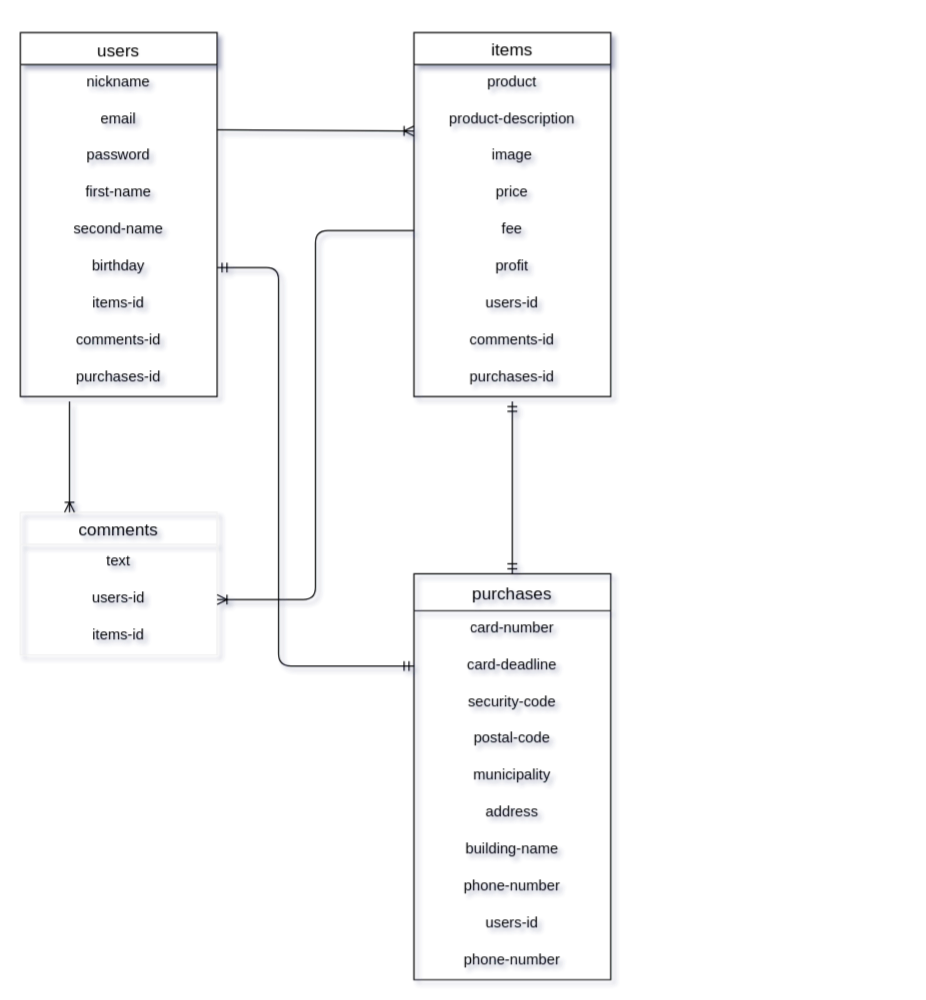
The draw.io diagram config/ER .dio in koma-sig/furima-35434, before the edit. Source tidied: cells renumbered, new cells numbered last; positions are measured from the earlier drawing's top-left corner, leaving out a move shared by most shapes. Both pictures are drawn from the tidied source at 123%, with x=0, y=0 at pixel (20, 32).
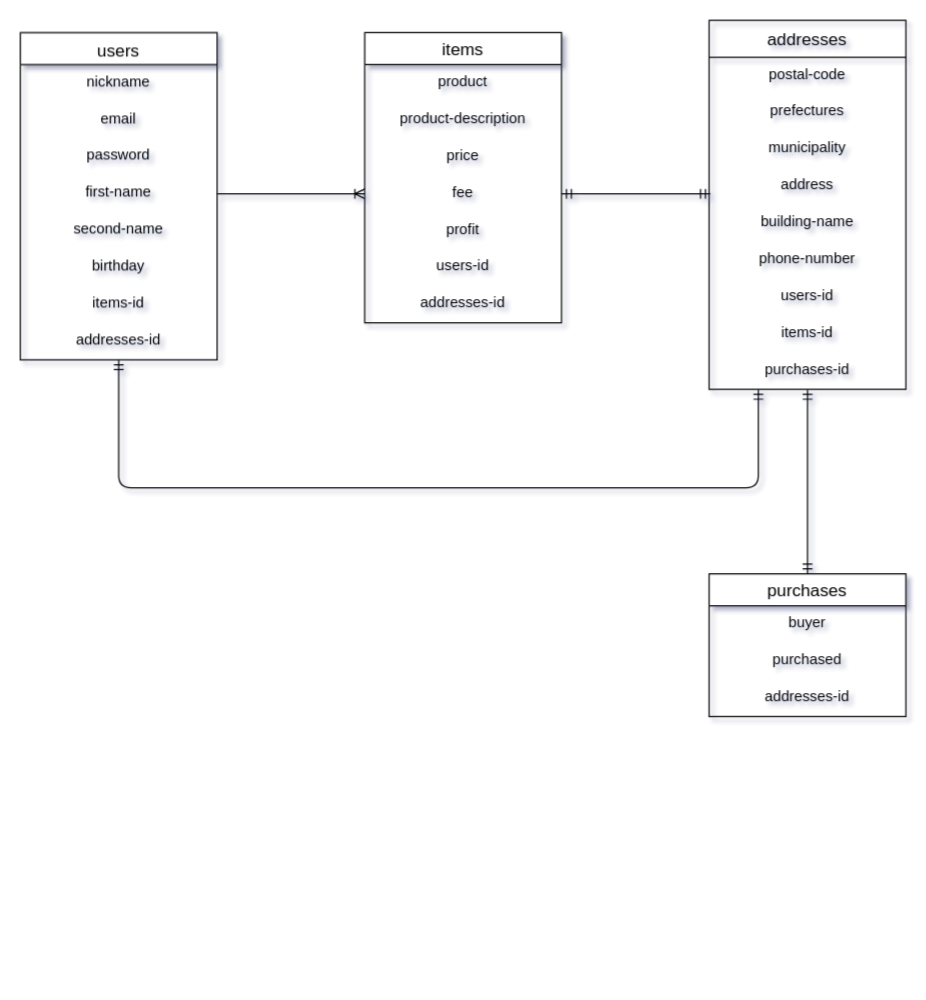
Above is the later version.

The change refers to these unchanged cells:
```xml
<mxCell id="4" value="email" style="text;fillColor=none;spacingLeft=4;spacingRight=4;overflow=hidden;points=[[0,0.5],[1,0.5]];portConstraint=eastwest;fontSize=12;align=center;" parent="2" vertex="1">
  <mxGeometry y="56" width="160" height="30" as="geometry" />
</mxCell>
<mxCell id="6" value="first-name" style="text;strokeColor=none;fillColor=none;spacingLeft=4;spacingRight=4;overflow=hidden;points=[[0,0.5],[1,0.5]];portConstraint=eastwest;fontSize=12;align=center;" parent="2" vertex="1">
  <mxGeometry y="116" width="160" height="30" as="geometry" />
</mxCell>
<mxCell id="8" value="birthday" style="text;strokeColor=none;fillColor=none;spacingLeft=4;spacingRight=4;overflow=hidden;points=[[0,0.5],[1,0.5]];portConstraint=eastwest;fontSize=12;align=center;" parent="2" vertex="1">
  <mxGeometry y="176" width="160" height="30" as="geometry" />
</mxCell>
<mxCell id="14" value="product-description" style="text;fillColor=none;spacingLeft=4;spacingRight=4;overflow=hidden;points=[[0,0.5],[1,0.5]];portConstraint=eastwest;fontSize=12;align=center;" parent="12" vertex="1">
  <mxGeometry y="56" width="160" height="30" as="geometry" />
</mxCell>
```

Change to the diagram source:
```diff
@@
     <mxCell id="2" value="users&#10;" style="swimlane;fontStyle=0;horizontal=1;startSize=26;align=center;fontSize=14;verticalAlign=top;" parent="1" vertex="1">
-      <mxGeometry width="160" height="296" as="geometry" />
+      <mxGeometry width="160" height="266" as="geometry" />
     </mxCell>
@@
-    <mxCell id="10" value="comments-id" style="text;strokeColor=none;fillColor=none;spacingLeft=4;spacingRight=4;overflow=hidden;fontSize=12;align=center;" parent="2" vertex="1">
-      <mxGeometry y="236" width="160" height="30" as="geometry" />
-    </mxCell>
-    <mxCell id="11" value="purchases-id" style="text;strokeColor=none;fillColor=none;spacingLeft=4;spacingRight=4;overflow=hidden;points=[[0,0.5],[1,0.5]];portConstraint=eastwest;fontSize=12;align=center;" parent="2" vertex="1">
-      <mxGeometry y="266" width="160" height="30" as="geometry" />
+    <mxCell id="11" value="addresses-id" style="text;strokeColor=none;fillColor=none;spacingLeft=4;spacingRight=4;overflow=hidden;points=[[0,0.5],[1,0.5]];portConstraint=eastwest;fontSize=12;align=center;" parent="2" vertex="1">
+      <mxGeometry y="236" width="160" height="30" as="geometry" />
     </mxCell>
     <mxCell id="12" value="items" style="swimlane;fontStyle=0;horizontal=1;startSize=26;align=center;fontSize=14;direction=east;" parent="1" vertex="1">
-      <mxGeometry x="320" width="160" height="296" as="geometry" />
+      <mxGeometry x="280" width="160" height="236" as="geometry" />
     </mxCell>
@@
-    <mxCell id="15" value="image" style="text;spacingLeft=4;spacingRight=4;overflow=hidden;fontSize=12;align=center;" parent="12" vertex="1">
-      <mxGeometry y="86" width="160" height="30" as="geometry" />
-    </mxCell>
     <mxCell id="16" value="price" style="text;spacingLeft=4;spacingRight=4;overflow=hidden;fontSize=12;align=center;" parent="12" vertex="1">
-      <mxGeometry y="116" width="160" height="30" as="geometry" />
+      <mxGeometry y="86" width="160" height="30" as="geometry" />
     </mxCell>
     <mxCell id="17" value="fee" style="text;spacingLeft=4;spacingRight=4;overflow=hidden;points=[[0,0.5],[1,0.5]];portConstraint=eastwest;fontSize=12;align=center;" parent="12" vertex="1">
-      <mxGeometry y="146" width="160" height="30" as="geometry" />
+      <mxGeometry y="116" width="160" height="30" as="geometry" />
     </mxCell>
     <mxCell id="18" value="profit" style="text;spacingLeft=4;spacingRight=4;overflow=hidden;fontSize=12;align=center;" parent="12" vertex="1">
-      <mxGeometry y="176" width="160" height="30" as="geometry" />
+      <mxGeometry y="146" width="160" height="30" as="geometry" />
     </mxCell>
     <mxCell id="19" value="users-id" style="text;spacingLeft=4;spacingRight=4;overflow=hidden;fontSize=12;align=center;" parent="12" vertex="1">
-      <mxGeometry y="206" width="160" height="30" as="geometry" />
+      <mxGeometry y="176" width="160" height="30" as="geometry" />
     </mxCell>
-    <mxCell id="20" value="comments-id" style="text;spacingLeft=4;spacingRight=4;overflow=hidden;fontSize=12;align=center;" parent="12" vertex="1">
-      <mxGeometry y="236" width="160" height="30" as="geometry" />
-    </mxCell>
-    <mxCell id="21" value="purchases-id" style="text;spacingLeft=4;spacingRight=4;overflow=hidden;fontSize=12;align=center;" parent="12" vertex="1">
-      <mxGeometry y="266" width="160" height="30" as="geometry" />
+    <mxCell id="21" value="addresses-id" style="text;spacingLeft=4;spacingRight=4;overflow=hidden;fontSize=12;align=center;" parent="12" vertex="1">
+      <mxGeometry y="206" width="160" height="30" as="geometry" />
     </mxCell>
-    <mxCell id="22" style="fontSize=12;html=1;endArrow=ERoneToMany;entryX=0;entryY=0.8;entryDx=0;entryDy=0;entryPerimeter=0;exitX=1;exitY=0.767;exitDx=0;exitDy=0;exitPerimeter=0;" parent="1" edge="1" source="4" target="14">
+    <mxCell id="22" style="fontSize=12;html=1;endArrow=ERoneToMany;entryX=0;entryY=0.5;entryDx=0;entryDy=0;exitX=1;exitY=0.5;exitDx=0;exitDy=0;" parent="1" edge="1" source="6" target="17">
       <mxGeometry relative="1" as="geometry" />
     </mxCell>
-    <mxCell id="23" value="purchases" style="swimlane;fontStyle=0;horizontal=1;startSize=30;align=center;fontSize=14;swimlaneFillColor=none;fillColor=none;" parent="1" vertex="1">
-      <mxGeometry x="320" y="440" width="160" height="330" as="geometry" />
+    <mxCell id="23" value="addresses" style="swimlane;fontStyle=0;horizontal=1;startSize=30;align=center;fontSize=14;swimlaneFillColor=none;fillColor=none;" parent="1" vertex="1">
+      <mxGeometry x="560" y="-10" width="160" height="300" as="geometry" />
     </mxCell>
-    <mxCell id="24" value="card-number" style="text;strokeColor=none;fillColor=none;spacingLeft=4;spacingRight=4;overflow=hidden;fontSize=12;align=center;" parent="23" vertex="1">
-      <mxGeometry y="30" width="160" height="30" as="geometry" />
-    </mxCell>
-    <mxCell id="25" value="card-deadline" style="text;strokeColor=none;fillColor=none;spacingLeft=4;spacingRight=4;overflow=hidden;points=[[0,0.5],[1,0.5]];portConstraint=eastwest;fontSize=12;align=center;" parent="23" vertex="1">
-      <mxGeometry y="60" width="160" height="30" as="geometry" />
-    </mxCell>
-    <mxCell id="26" value="security-code" style="text;strokeColor=none;fillColor=none;spacingLeft=4;spacingRight=4;overflow=hidden;fontSize=12;align=center;" parent="23" vertex="1">
-      <mxGeometry y="90" width="160" height="30" as="geometry" />
-    </mxCell>
     <mxCell id="27" value="postal-code" style="text;strokeColor=none;fillColor=none;spacingLeft=4;spacingRight=4;overflow=hidden;fontSize=12;align=center;" parent="23" vertex="1">
-      <mxGeometry y="120" width="160" height="30" as="geometry" />
+      <mxGeometry y="30" width="160" height="30" as="geometry" />
     </mxCell>
+    <mxCell id="42" value="prefectures" style="text;strokeColor=none;fillColor=none;spacingLeft=4;spacingRight=4;overflow=hidden;fontSize=12;align=center;" parent="23" vertex="1">
+      <mxGeometry y="60" width="160" height="30" as="geometry" />
+    </mxCell>
     <mxCell id="28" value="municipality" style="text;strokeColor=none;fillColor=none;spacingLeft=4;spacingRight=4;overflow=hidden;fontSize=12;align=center;" parent="23" vertex="1">
-      <mxGeometry y="150" width="160" height="30" as="geometry" />
+      <mxGeometry y="90" width="160" height="30" as="geometry" />
     </mxCell>
     <mxCell id="29" value="address" style="text;strokeColor=none;fillColor=none;spacingLeft=4;spacingRight=4;overflow=hidden;fontSize=12;align=center;" parent="23" vertex="1">
-      <mxGeometry y="180" width="160" height="30" as="geometry" />
+      <mxGeometry y="120" width="160" height="30" as="geometry" />
     </mxCell>
     <mxCell id="30" value="building-name" style="text;strokeColor=none;fillColor=none;spacingLeft=4;spacingRight=4;overflow=hidden;fontSize=12;align=center;" parent="23" vertex="1">
-      <mxGeometry y="210" width="160" height="30" as="geometry" />
+      <mxGeometry y="150" width="160" height="30" as="geometry" />
     </mxCell>
     <mxCell id="31" value="phone-number" style="text;strokeColor=none;fillColor=none;spacingLeft=4;spacingRight=4;overflow=hidden;fontSize=12;align=center;" parent="23" vertex="1">
-      <mxGeometry y="240" width="160" height="30" as="geometry" />
+      <mxGeometry y="180" width="160" height="30" as="geometry" />
     </mxCell>
     <mxCell id="32" value="users-id" style="text;strokeColor=none;fillColor=none;spacingLeft=4;spacingRight=4;overflow=hidden;fontSize=12;align=center;" parent="23" vertex="1">
-      <mxGeometry y="270" width="160" height="30" as="geometry" />
+      <mxGeometry y="210" width="160" height="30" as="geometry" />
     </mxCell>
-    <mxCell id="33" value="phone-number" style="text;strokeColor=none;fillColor=none;spacingLeft=4;spacingRight=4;overflow=hidden;fontSize=12;align=center;" parent="23" vertex="1">
-      <mxGeometry y="300" width="160" height="30" as="geometry" />
+    <mxCell id="33" value="items-id" style="text;strokeColor=none;fillColor=none;spacingLeft=4;spacingRight=4;overflow=hidden;fontSize=12;align=center;" parent="23" vertex="1">
+      <mxGeometry y="240" width="160" height="30" as="geometry" />
     </mxCell>
-    <mxCell id="34" value="comments" style="swimlane;fontStyle=0;horizontal=1;startSize=26;align=center;fontSize=14;strokeColor=#f0f0f0;fillColor=none;gradientColor=none;" parent="1" vertex="1">
-      <mxGeometry y="390" width="160" height="116" as="geometry" />
-    </mxCell>
-    <mxCell id="35" value="text" style="text;strokeColor=none;fillColor=none;spacingLeft=4;spacingRight=4;overflow=hidden;fontSize=12;align=center;" parent="34" vertex="1">
-      <mxGeometry y="26" width="160" height="30" as="geometry" />
-    </mxCell>
-    <mxCell id="36" value="users-id" style="text;strokeColor=none;fillColor=none;spacingLeft=4;spacingRight=4;overflow=hidden;points=[[0,0.5],[1,0.5]];portConstraint=eastwest;fontSize=12;align=center;" parent="34" vertex="1">
-      <mxGeometry y="56" width="160" height="30" as="geometry" />
-    </mxCell>
-    <mxCell id="37" value="items-id" style="text;strokeColor=none;fillColor=none;spacingLeft=4;spacingRight=4;overflow=hidden;fontSize=12;align=center;" parent="34" vertex="1">
-      <mxGeometry y="86" width="160" height="30" as="geometry" />
-    </mxCell>
-    <mxCell id="38" style="edgeStyle=elbowEdgeStyle;fontSize=12;html=1;endArrow=ERoneToMany;exitX=0;exitY=0.5;exitDx=0;exitDy=0;exitPerimeter=0;entryX=1;entryY=0.5;entryDx=0;entryDy=0;" parent="1" edge="1" source="17" target="36">
-      <mxGeometry relative="1" as="geometry" />
-    </mxCell>
+    <mxCell id="43" value="purchases-id" style="text;strokeColor=none;fillColor=none;spacingLeft=4;spacingRight=4;overflow=hidden;points=[[0,0.5],[1,0.5]];portConstraint=eastwest;fontSize=12;align=center;" parent="23" vertex="1">
+      <mxGeometry y="270" width="160" height="30" as="geometry" />
+    </mxCell>
-    <mxCell id="39" style="edgeStyle=elbowEdgeStyle;fontSize=12;html=1;endArrow=ERmandOne;startArrow=ERmandOne;entryX=1;entryY=0.5;entryDx=0;entryDy=0;exitX=0;exitY=0.5;exitDx=0;exitDy=0;" parent="1" edge="1" source="25" target="8">
+    <mxCell id="39" style="edgeStyle=elbowEdgeStyle;fontSize=12;html=1;endArrow=ERmandOne;startArrow=ERmandOne;elbow=vertical;entryX=0.5;entryY=1;entryDx=0;entryDy=0;entryPerimeter=0;exitX=0.25;exitY=1;exitDx=0;exitDy=0;exitPerimeter=0;" parent="1" edge="1" source="43" target="11">
       <mxGeometry relative="1" as="geometry">
         <Array as="points">
-          <mxPoint x="210" y="320" />
+          <mxPoint x="380" y="370" />
         </Array>
       </mxGeometry>
     </mxCell>
-    <mxCell id="40" style="fontSize=12;html=1;endArrow=ERoneToMany;entryX=0.25;entryY=0;entryDx=0;entryDy=0;entryPerimeter=0;" parent="1" edge="1" target="34">
-      <mxGeometry relative="1" as="geometry">
-        <mxPoint x="40" y="300" as="sourcePoint" />
-      </mxGeometry>
-    </mxCell>
-    <mxCell id="41" style="fontSize=12;html=1;endArrow=ERmandOne;startArrow=ERmandOne;exitX=0.5;exitY=0;exitDx=0;exitDy=0;exitPerimeter=0;" parent="1" edge="1" source="23">
+    <mxCell id="41" style="fontSize=12;html=1;endArrow=ERmandOne;startArrow=ERmandOne;entryX=1;entryY=0.5;entryDx=0;entryDy=0;" parent="1" edge="1" target="17">
       <mxGeometry relative="1" as="geometry">
-        <mxPoint x="400" y="300" as="targetPoint" />
+        <mxPoint x="561" y="131" as="sourcePoint" />
       </mxGeometry>
     </mxCell>
+    <mxCell id="44" value="purchases" style="swimlane;fontStyle=0;horizontal=1;startSize=26;align=center;fontSize=14;" parent="1" vertex="1">
+      <mxGeometry x="560" y="440" width="160" height="116" as="geometry" />
+    </mxCell>
+    <mxCell id="45" value="buyer" style="text;strokeColor=none;fillColor=none;spacingLeft=4;spacingRight=4;overflow=hidden;fontSize=12;align=center;" parent="44" vertex="1">
+      <mxGeometry y="26" width="160" height="30" as="geometry" />
+    </mxCell>
+    <mxCell id="46" value="purchased" style="text;strokeColor=none;fillColor=none;spacingLeft=4;spacingRight=4;overflow=hidden;fontSize=12;align=center;" parent="44" vertex="1">
+      <mxGeometry y="56" width="160" height="30" as="geometry" />
+    </mxCell>
+    <mxCell id="47" value="addresses-id" style="text;strokeColor=none;fillColor=none;spacingLeft=4;spacingRight=4;overflow=hidden;fontSize=12;align=center;" parent="44" vertex="1">
+      <mxGeometry y="86" width="160" height="30" as="geometry" />
+    </mxCell>
+    <mxCell id="48" style="fontSize=12;html=1;endArrow=ERmandOne;startArrow=ERmandOne;exitX=0.5;exitY=0;exitDx=0;exitDy=0;entryX=0.5;entryY=1;entryDx=0;entryDy=0;entryPerimeter=0;" parent="1" edge="1" source="44" target="43">
+      <mxGeometry relative="1" as="geometry" />
+    </mxCell>
```
